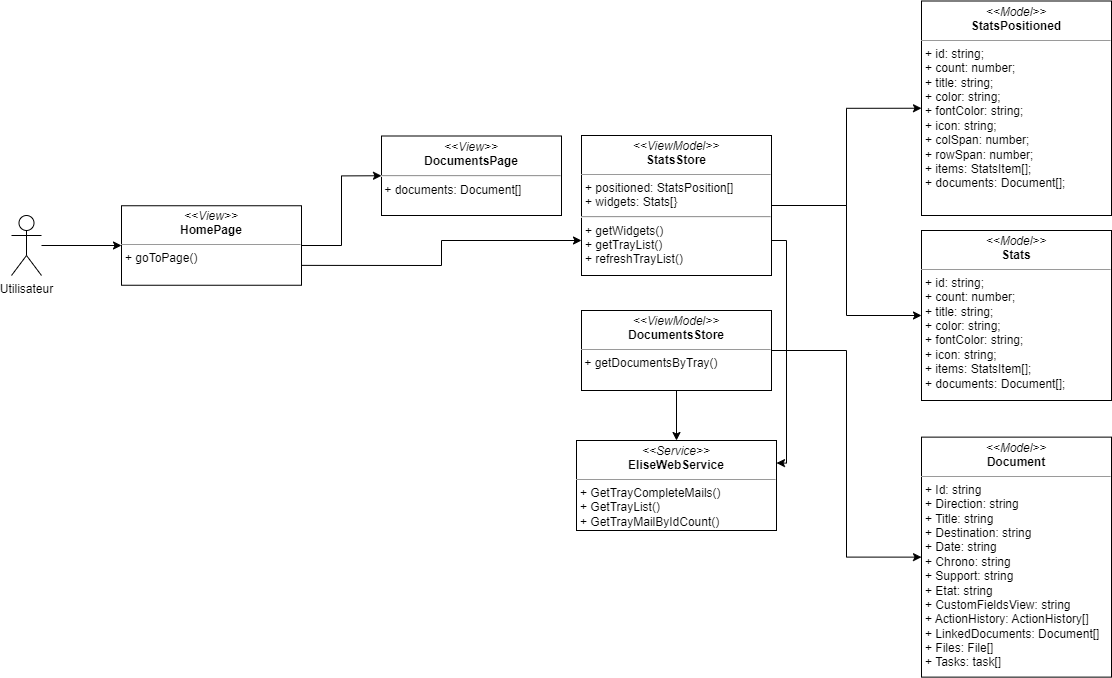
This is images_pfe/dcc_sprint7.png from PFE-Neoledge-2023/rapport, a draw.io export, as it was before one commit. Source tidied: cells renumbered, new cells last; positions are measured from the earlier drawing's top-left corner, leaving out a move shared by most shapes.
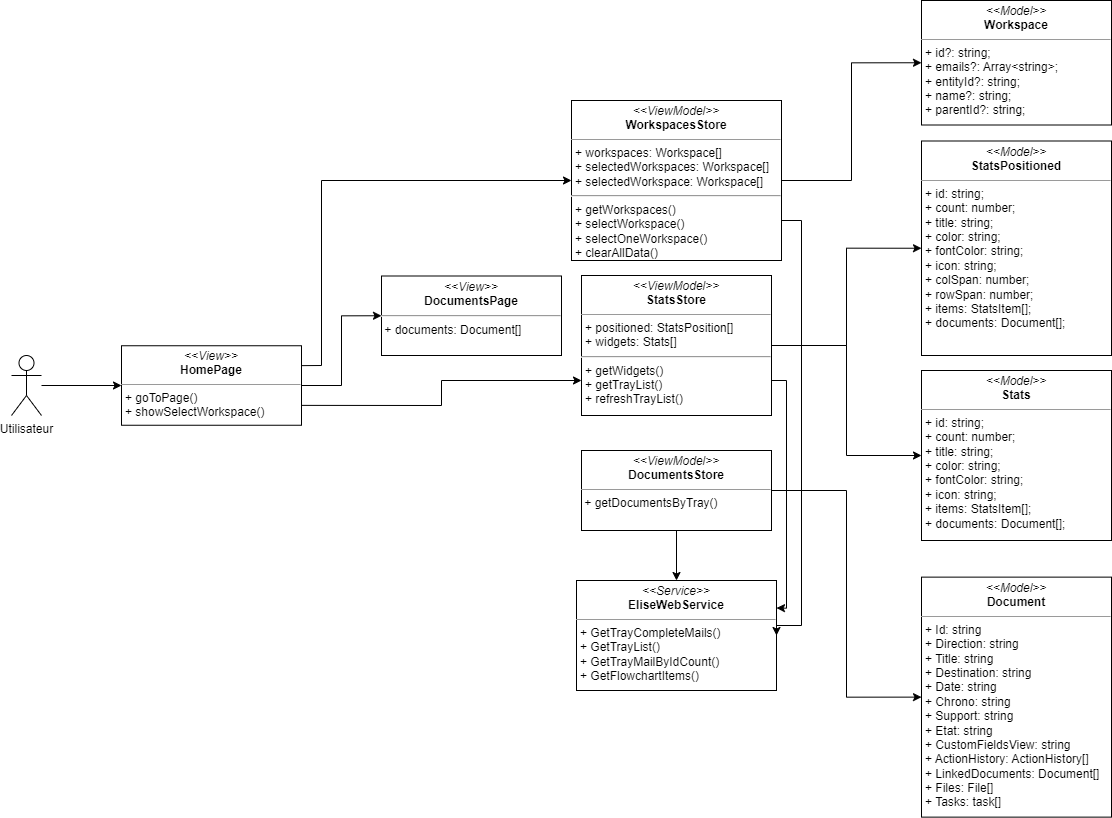
The same file after the commit.

Change to the diagram source:
```diff
@@ -20,11 +20,11 @@
     <mxCell id="7" style="edgeStyle=orthogonalEdgeStyle;rounded=0;html=1;exitX=1;exitY=0.75;exitDx=0;exitDy=0;entryX=1;entryY=0.25;entryDx=0;entryDy=0;" parent="1" edge="1" source="8" target="9">
       <mxGeometry relative="1" as="geometry" />
     </mxCell>
-    <mxCell id="8" value="&lt;p style=&quot;margin:0px;margin-top:4px;text-align:center;&quot;&gt;&lt;i&gt;&amp;lt;&amp;lt;ViewModel&amp;gt;&amp;gt;&lt;/i&gt;&lt;br&gt;&lt;b&gt;StatsStore&lt;/b&gt;&lt;/p&gt;&lt;hr size=&quot;1&quot;&gt;&lt;p style=&quot;margin:0px;margin-left:4px;&quot;&gt;&lt;/p&gt;&lt;p style=&quot;margin:0px;margin-left:4px;&quot;&gt;+ positioned: StatsPosition[]&lt;/p&gt;&lt;p style=&quot;margin:0px;margin-left:4px;&quot;&gt;+ widgets: Stats[}&lt;/p&gt;&lt;hr&gt;&lt;p style=&quot;margin:0px;margin-left:4px;&quot;&gt;+&amp;nbsp;&lt;span style=&quot;background-color: initial;&quot;&gt;getWidgets()&lt;/span&gt;&lt;/p&gt;&lt;p style=&quot;margin:0px;margin-left:4px;&quot;&gt;+ getTrayList()&lt;/p&gt;&lt;p style=&quot;margin:0px;margin-left:4px;&quot;&gt;&lt;span style=&quot;background-color: initial;&quot;&gt;+ refreshTrayList()&lt;br&gt;&lt;/span&gt;&lt;/p&gt;" style="verticalAlign=top;align=left;overflow=fill;fontSize=12;fontFamily=Helvetica;html=1;whiteSpace=wrap;" parent="1" vertex="1">
+    <mxCell id="8" value="&lt;p style=&quot;margin:0px;margin-top:4px;text-align:center;&quot;&gt;&lt;i&gt;&amp;lt;&amp;lt;ViewModel&amp;gt;&amp;gt;&lt;/i&gt;&lt;br&gt;&lt;b&gt;StatsStore&lt;/b&gt;&lt;/p&gt;&lt;hr size=&quot;1&quot;&gt;&lt;p style=&quot;margin:0px;margin-left:4px;&quot;&gt;&lt;/p&gt;&lt;p style=&quot;margin:0px;margin-left:4px;&quot;&gt;+ positioned: StatsPosition[]&lt;/p&gt;&lt;p style=&quot;margin:0px;margin-left:4px;&quot;&gt;+ widgets: Stats[]&lt;/p&gt;&lt;hr&gt;&lt;p style=&quot;margin:0px;margin-left:4px;&quot;&gt;+&amp;nbsp;&lt;span style=&quot;background-color: initial;&quot;&gt;getWidgets()&lt;/span&gt;&lt;/p&gt;&lt;p style=&quot;margin:0px;margin-left:4px;&quot;&gt;+ getTrayList()&lt;/p&gt;&lt;p style=&quot;margin:0px;margin-left:4px;&quot;&gt;&lt;span style=&quot;background-color: initial;&quot;&gt;+ refreshTrayList()&lt;br&gt;&lt;/span&gt;&lt;/p&gt;" style="verticalAlign=top;align=left;overflow=fill;fontSize=12;fontFamily=Helvetica;html=1;whiteSpace=wrap;" parent="1" vertex="1">
       <mxGeometry x="570" y="135" width="190" height="140" as="geometry" />
     </mxCell>
-    <mxCell id="9" value="&lt;p style=&quot;margin:0px;margin-top:4px;text-align:center;&quot;&gt;&lt;i&gt;&amp;lt;&amp;lt;Service&amp;gt;&amp;gt;&lt;/i&gt;&lt;br&gt;&lt;b&gt;EliseWebService&lt;/b&gt;&lt;/p&gt;&lt;hr size=&quot;1&quot;&gt;&lt;p style=&quot;margin:0px;margin-left:4px;&quot;&gt;&lt;/p&gt;&lt;p style=&quot;margin:0px;margin-left:4px;&quot;&gt;+ GetTrayCompleteMails()&lt;/p&gt;&lt;p style=&quot;margin:0px;margin-left:4px;&quot;&gt;+&amp;nbsp;&lt;span style=&quot;background-color: initial;&quot;&gt;GetTrayList()&lt;/span&gt;&lt;/p&gt;&lt;p style=&quot;margin:0px;margin-left:4px;&quot;&gt;&lt;span style=&quot;background-color: initial;&quot;&gt;+ GetTrayMailByIdCount&lt;/span&gt;()&lt;/p&gt;" style="verticalAlign=top;align=left;overflow=fill;fontSize=12;fontFamily=Helvetica;html=1;whiteSpace=wrap;" parent="1" vertex="1">
-      <mxGeometry x="565" y="440" width="200" height="90" as="geometry" />
+    <mxCell id="9" value="&lt;p style=&quot;margin:0px;margin-top:4px;text-align:center;&quot;&gt;&lt;i&gt;&amp;lt;&amp;lt;Service&amp;gt;&amp;gt;&lt;/i&gt;&lt;br&gt;&lt;b&gt;EliseWebService&lt;/b&gt;&lt;/p&gt;&lt;hr size=&quot;1&quot;&gt;&lt;p style=&quot;margin:0px;margin-left:4px;&quot;&gt;&lt;/p&gt;&lt;p style=&quot;margin:0px;margin-left:4px;&quot;&gt;+ GetTrayCompleteMails()&lt;/p&gt;&lt;p style=&quot;margin:0px;margin-left:4px;&quot;&gt;+&amp;nbsp;&lt;span style=&quot;background-color: initial;&quot;&gt;GetTrayList()&lt;/span&gt;&lt;/p&gt;&lt;p style=&quot;margin:0px;margin-left:4px;&quot;&gt;&lt;span style=&quot;background-color: initial;&quot;&gt;+ GetTrayMailByIdCount&lt;/span&gt;()&lt;/p&gt;&lt;p style=&quot;margin:0px;margin-left:4px;&quot;&gt;+&amp;nbsp;GetFlowchartItems()&lt;/p&gt;" style="verticalAlign=top;align=left;overflow=fill;fontSize=12;fontFamily=Helvetica;html=1;whiteSpace=wrap;" parent="1" vertex="1">
+      <mxGeometry x="565" y="440" width="200" height="110" as="geometry" />
     </mxCell>
     <mxCell id="10" style="edgeStyle=orthogonalEdgeStyle;rounded=0;html=1;entryX=0;entryY=0.5;entryDx=0;entryDy=0;" parent="1" edge="1" source="12" target="4">
       <mxGeometry relative="1" as="geometry" />
@@ -32,7 +32,15 @@
     <mxCell id="11" style="edgeStyle=orthogonalEdgeStyle;rounded=0;html=1;entryX=0;entryY=0.75;entryDx=0;entryDy=0;exitX=1;exitY=0.75;exitDx=0;exitDy=0;" parent="1" edge="1" source="12" target="8">
       <mxGeometry relative="1" as="geometry" />
     </mxCell>
+    <mxCell id="20" style="edgeStyle=orthogonalEdgeStyle;rounded=0;html=1;exitX=1;exitY=0.25;exitDx=0;exitDy=0;entryX=0;entryY=0.5;entryDx=0;entryDy=0;strokeColor=default;" parent="1" edge="1" source="12" target="23">
+      <mxGeometry relative="1" as="geometry">
+        <Array as="points">
+          <mxPoint x="310" y="225" />
+          <mxPoint x="310" y="40" />
+        </Array>
+      </mxGeometry>
+    </mxCell>
-    <mxCell id="12" value="&lt;p style=&quot;margin:0px;margin-top:4px;text-align:center;&quot;&gt;&lt;i&gt;&amp;lt;&amp;lt;View&amp;gt;&amp;gt;&lt;/i&gt;&lt;br&gt;&lt;b&gt;HomePage&lt;/b&gt;&lt;/p&gt;&lt;hr style=&quot;border-color: var(--border-color);&quot; size=&quot;1&quot;&gt;&lt;p style=&quot;border-color: var(--border-color); margin: 0px 0px 0px 4px;&quot;&gt;+ goToPage()&lt;/p&gt;" style="verticalAlign=top;align=left;overflow=fill;fontSize=12;fontFamily=Helvetica;html=1;whiteSpace=wrap;" parent="1" vertex="1">
+    <mxCell id="12" value="&lt;p style=&quot;margin:0px;margin-top:4px;text-align:center;&quot;&gt;&lt;i&gt;&amp;lt;&amp;lt;View&amp;gt;&amp;gt;&lt;/i&gt;&lt;br&gt;&lt;b&gt;HomePage&lt;/b&gt;&lt;/p&gt;&lt;hr style=&quot;border-color: var(--border-color);&quot; size=&quot;1&quot;&gt;&lt;p style=&quot;border-color: var(--border-color); margin: 0px 0px 0px 4px;&quot;&gt;+ goToPage()&lt;/p&gt;&lt;p style=&quot;border-color: var(--border-color); margin: 0px 0px 0px 4px;&quot;&gt;+&amp;nbsp;showSelectWorkspace()&lt;/p&gt;" style="verticalAlign=top;align=left;overflow=fill;fontSize=12;fontFamily=Helvetica;html=1;whiteSpace=wrap;" parent="1" vertex="1">
       <mxGeometry x="110" y="205.2" width="180" height="79.5" as="geometry" />
     </mxCell>
     <mxCell id="13" style="edgeStyle=orthogonalEdgeStyle;html=1;entryX=0;entryY=0.25;entryDx=0;entryDy=0;rounded=0;" parent="1" edge="1">
@@ -56,5 +64,22 @@
     <mxCell id="19" value="&lt;p style=&quot;margin:0px;margin-top:4px;text-align:center;&quot;&gt;&lt;i&gt;&amp;lt;&amp;lt;Model&amp;gt;&amp;gt;&lt;/i&gt;&lt;br&gt;&lt;b&gt;Document&lt;/b&gt;&lt;/p&gt;&lt;hr size=&quot;1&quot;&gt;&lt;p style=&quot;margin: 0px 0px 0px 4px;&quot;&gt;&lt;span style=&quot;background-color: initial;&quot;&gt;+ Id: string&lt;/span&gt;&lt;br&gt;&lt;/p&gt;&lt;p style=&quot;margin: 0px 0px 0px 4px;&quot;&gt;+ Direction: string&lt;/p&gt;&lt;p style=&quot;margin: 0px 0px 0px 4px;&quot;&gt;+ Title: string&lt;/p&gt;&lt;p style=&quot;margin: 0px 0px 0px 4px;&quot;&gt;+ Destination: string&lt;/p&gt;&lt;p style=&quot;margin: 0px 0px 0px 4px;&quot;&gt;+ Date: string&lt;/p&gt;&lt;p style=&quot;margin: 0px 0px 0px 4px;&quot;&gt;+ Chrono: string&lt;/p&gt;&lt;p style=&quot;margin: 0px 0px 0px 4px;&quot;&gt;+ Support: string&lt;/p&gt;&lt;p style=&quot;margin: 0px 0px 0px 4px;&quot;&gt;+ Etat: string&lt;/p&gt;&lt;p style=&quot;margin: 0px 0px 0px 4px;&quot;&gt;+ CustomFieldsView: string&lt;/p&gt;&lt;p style=&quot;margin: 0px 0px 0px 4px;&quot;&gt;+ ActionHistory: ActionHistory[]&lt;/p&gt;&lt;p style=&quot;margin: 0px 0px 0px 4px;&quot;&gt;+ LinkedDocuments: Document[]&lt;/p&gt;&lt;p style=&quot;margin: 0px 0px 0px 4px;&quot;&gt;+ Files: File[]&lt;/p&gt;&lt;p style=&quot;margin: 0px 0px 0px 4px;&quot;&gt;+ Tasks: task[]&lt;/p&gt;" style="verticalAlign=top;align=left;overflow=fill;fontSize=12;fontFamily=Helvetica;html=1;whiteSpace=wrap;" parent="1" vertex="1">
       <mxGeometry x="910" y="436.6" width="190" height="240" as="geometry" />
     </mxCell>
+    <mxCell id="21" style="edgeStyle=orthogonalEdgeStyle;html=1;entryX=0;entryY=0.5;entryDx=0;entryDy=0;strokeColor=default;rounded=0;" parent="1" edge="1" source="23" target="24">
+      <mxGeometry relative="1" as="geometry" />
+    </mxCell>
+    <mxCell id="22" style="edgeStyle=orthogonalEdgeStyle;rounded=0;html=1;exitX=1;exitY=0.75;exitDx=0;exitDy=0;entryX=1;entryY=0.5;entryDx=0;entryDy=0;strokeColor=default;" parent="1" edge="1" source="23" target="9">
+      <mxGeometry relative="1" as="geometry">
+        <Array as="points">
+          <mxPoint x="790" y="80" />
+          <mxPoint x="790" y="485" />
+        </Array>
+      </mxGeometry>
+    </mxCell>
+    <mxCell id="23" value="&lt;p style=&quot;margin:0px;margin-top:4px;text-align:center;&quot;&gt;&lt;i&gt;&amp;lt;&amp;lt;ViewModel&amp;gt;&amp;gt;&lt;/i&gt;&lt;br&gt;&lt;b&gt;WorkspacesStore&lt;/b&gt;&lt;br&gt;&lt;/p&gt;&lt;hr size=&quot;1&quot;&gt;&lt;p style=&quot;margin:0px;margin-left:4px;&quot;&gt;&lt;/p&gt;&lt;p style=&quot;margin:0px;margin-left:4px;&quot;&gt;+ workspaces:&amp;nbsp;&lt;span style=&quot;text-align: center;&quot;&gt;Workspace&lt;/span&gt;[]&lt;/p&gt;&lt;p style=&quot;margin:0px;margin-left:4px;&quot;&gt;+ selectedWorkspaces: Workspace[]&lt;/p&gt;&lt;p style=&quot;margin:0px;margin-left:4px;&quot;&gt;+ selectedWorkspace: Workspace[]&lt;/p&gt;&lt;hr&gt;&lt;p style=&quot;margin:0px;margin-left:4px;&quot;&gt;+ getWorkspaces()&lt;/p&gt;&lt;p style=&quot;margin:0px;margin-left:4px;&quot;&gt;+ selectWorkspace()&lt;/p&gt;&lt;p style=&quot;margin:0px;margin-left:4px;&quot;&gt;+ selectOneWorkspace()&lt;/p&gt;&lt;p style=&quot;margin:0px;margin-left:4px;&quot;&gt;+ clearAllData()&lt;/p&gt;" style="verticalAlign=top;align=left;overflow=fill;fontSize=12;fontFamily=Helvetica;html=1;whiteSpace=wrap;" parent="1" vertex="1">
+      <mxGeometry x="560" y="-40" width="210" height="160" as="geometry" />
+    </mxCell>
+    <mxCell id="24" value="&lt;p style=&quot;margin:0px;margin-top:4px;text-align:center;&quot;&gt;&lt;i&gt;&amp;lt;&amp;lt;Model&amp;gt;&amp;gt;&lt;/i&gt;&lt;br&gt;&lt;b&gt;Workspace&lt;/b&gt;&lt;br&gt;&lt;/p&gt;&lt;hr size=&quot;1&quot;&gt;&lt;p style=&quot;margin:0px;margin-left:4px;&quot;&gt;&lt;/p&gt;&lt;p style=&quot;margin: 0px 0px 0px 4px;&quot;&gt;+ id?: string;&lt;/p&gt;&lt;p style=&quot;margin:0px;margin-left:4px;&quot;&gt;+ emails?: Array&amp;lt;string&amp;gt;;&lt;/p&gt;&lt;p style=&quot;margin:0px;margin-left:4px;&quot;&gt;+ entityId?: string;&lt;/p&gt;&lt;p style=&quot;margin:0px;margin-left:4px;&quot;&gt;&lt;span style=&quot;background-color: initial;&quot;&gt;+ name?: string;&lt;/span&gt;&lt;br&gt;&lt;/p&gt;&lt;p style=&quot;margin:0px;margin-left:4px;&quot;&gt;+ parentId?: string;&lt;/p&gt;" style="verticalAlign=top;align=left;overflow=fill;fontSize=12;fontFamily=Helvetica;html=1;whiteSpace=wrap;" parent="1" vertex="1">
+      <mxGeometry x="910" y="-140" width="190" height="124.5" as="geometry" />
+    </mxCell>
   </root>
 </mxGraphModel>
```
